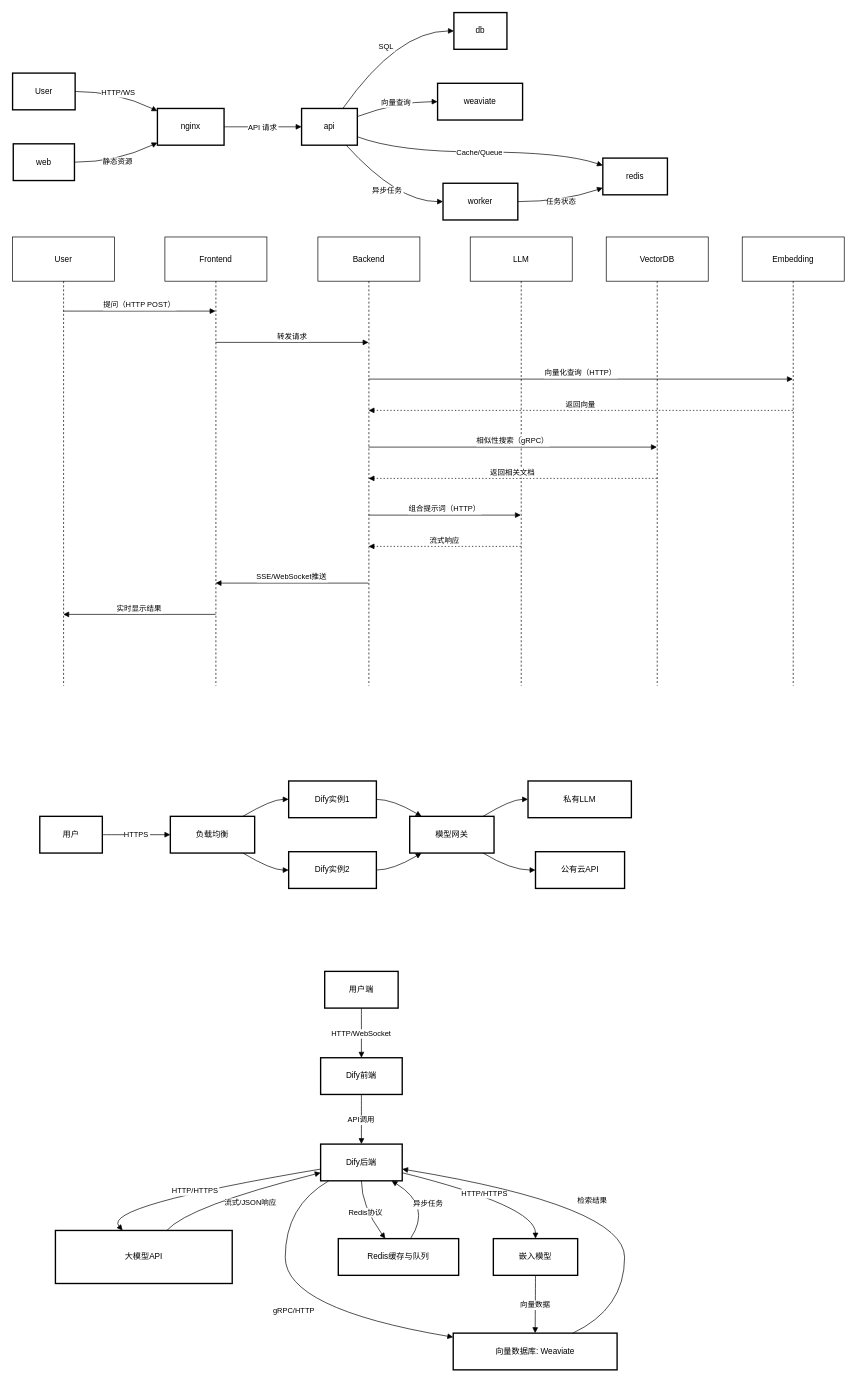
Earlier version of the draw.io diagram dify架构图.drawio (ymf1234/flow-chart). Source tidied: cells renumbered, new cells numbered last; positions are measured from the earlier drawing's top-left corner, leaving out a move shared by most shapes. Both pictures are drawn from the tidied source at 68%, with x=0, y=0 at pixel (12, 12).
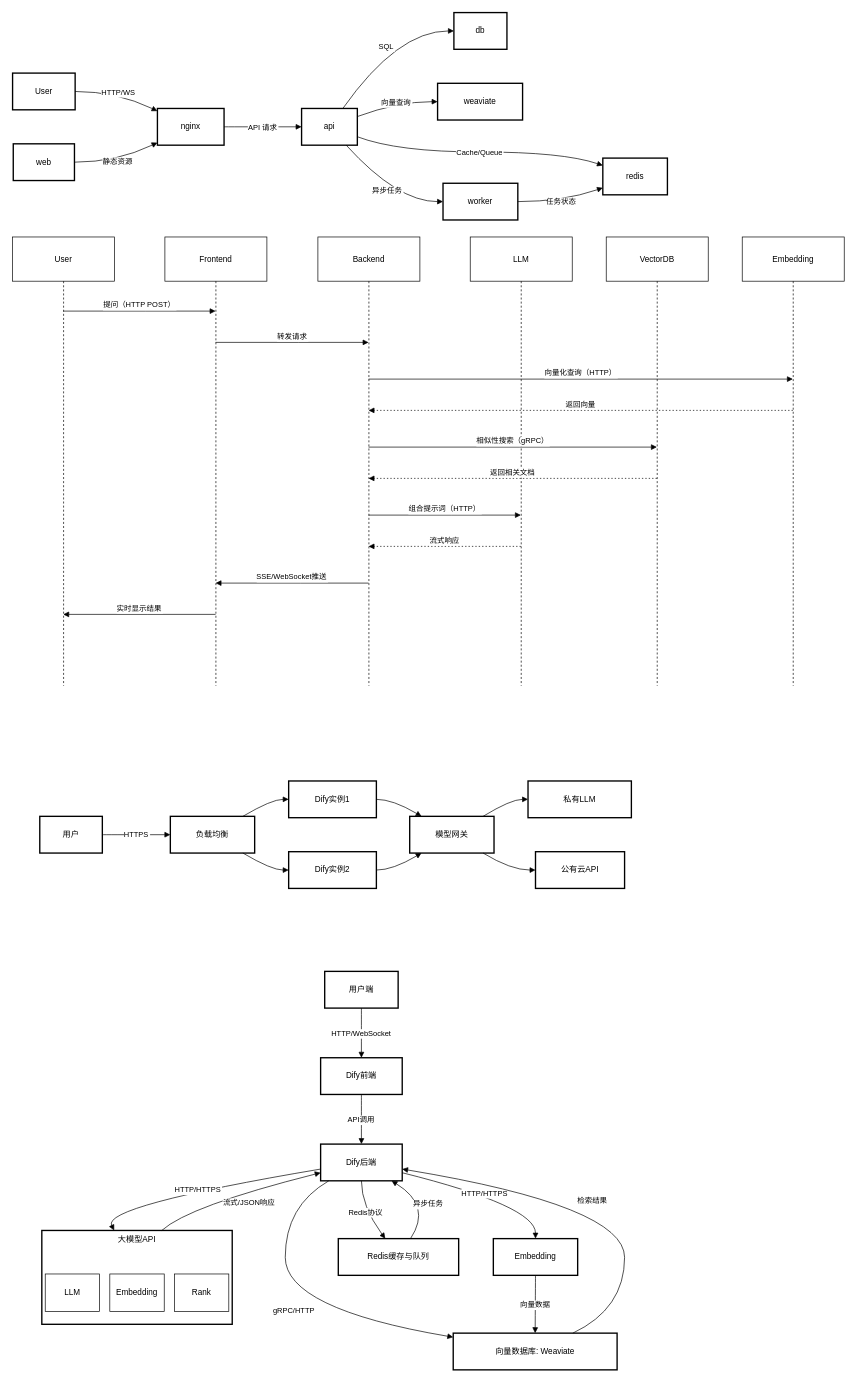
The same page after the edit.

Commit message:
更新dify架构图.drawio

Diff of the diagram source:
```diff
@@
-    <mxCell id="51" value="大模型API" style="whiteSpace=wrap;strokeWidth=2;" parent="1" vertex="1">
-      <mxGeometry x="63" y="1791" width="260" height="78" as="geometry" />
+    <mxCell id="51" value="大模型API" style="whiteSpace=wrap;strokeWidth=2;verticalAlign=top;" parent="1" vertex="1">
+      <mxGeometry x="43" y="1791" width="280" height="138" as="geometry" />
     </mxCell>
-    <mxCell id="52" value="嵌入模型" style="whiteSpace=wrap;strokeWidth=2;" parent="1" vertex="1">
+    <mxCell id="52" value="Embedding" style="whiteSpace=wrap;strokeWidth=2;" parent="1" vertex="1">
       <mxGeometry x="707" y="1803" width="124" height="54" as="geometry" />
     </mxCell>
@@
+    <mxCell id="65" value="LLM" style="rounded=0;whiteSpace=wrap;html=1;" parent="1" vertex="1">
+      <mxGeometry x="48" y="1855" width="80" height="55" as="geometry" />
+    </mxCell>
+    <mxCell id="66" value="Embedding" style="rounded=0;whiteSpace=wrap;html=1;" parent="1" vertex="1">
+      <mxGeometry x="143" y="1855" width="80" height="55" as="geometry" />
+    </mxCell>
+    <mxCell id="67" value="Rank" style="rounded=0;whiteSpace=wrap;html=1;" parent="1" vertex="1">
+      <mxGeometry x="238" y="1855" width="80" height="55" as="geometry" />
+    </mxCell>
```
